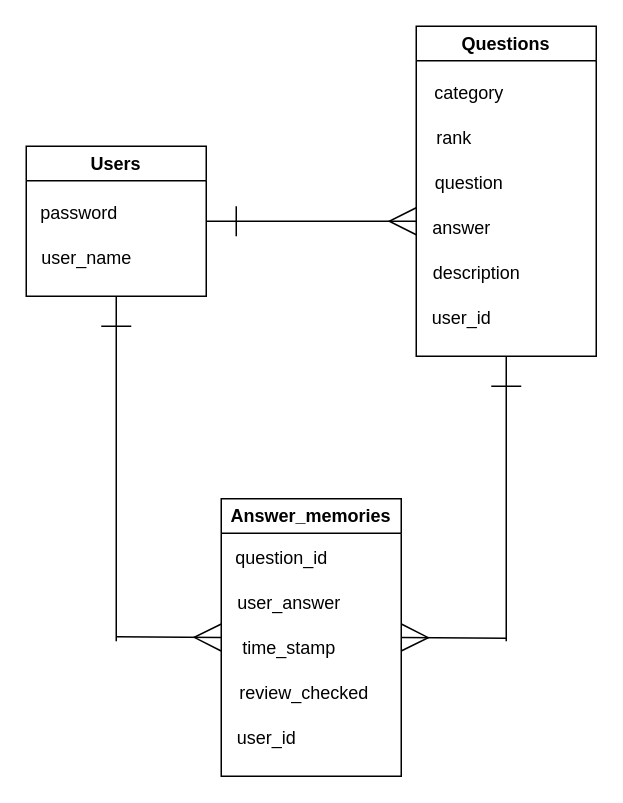
This is ER.dio from koki037/kihonjoho_apps, a draw.io file, before an edit. Source tidied: cells renumbered, new cells numbered last; positions are measured from the earlier drawing's top-left corner, leaving out a move shared by most shapes. Both pictures are drawn from the tidied source at 150%, with x=0, y=0 at pixel (26, 26).
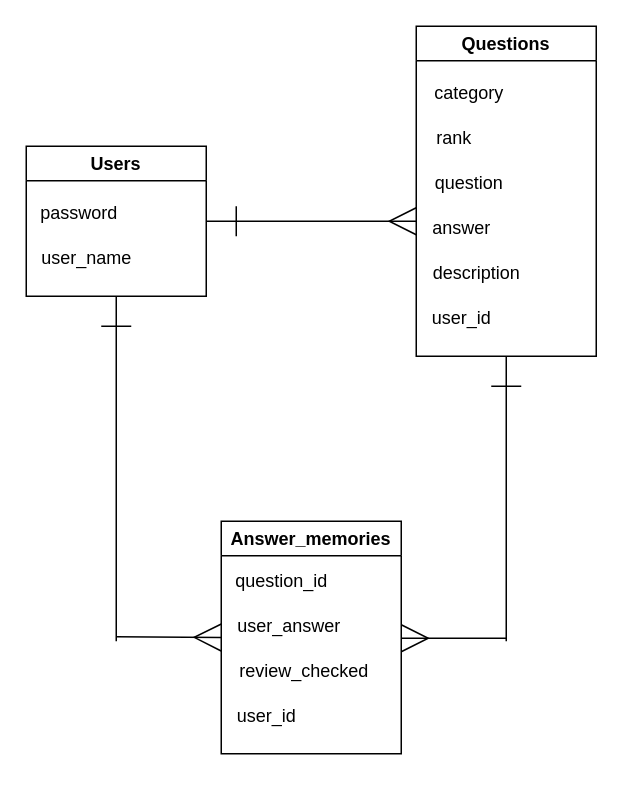
After the change.

Change to the diagram source:
```diff
@@
-    <mxCell id="16" style="edgeStyle=none;html=1;exitX=1;exitY=0.5;exitDx=0;exitDy=0;endArrow=none;endFill=0;startArrow=ERmany;startFill=0;startSize=16;" parent="1" edge="1" source="17">
+    <mxCell id="16" style="edgeStyle=none;html=1;endArrow=none;endFill=0;startArrow=ERmany;startFill=0;startSize=16;" parent="1" edge="1">
       <mxGeometry relative="1" as="geometry">
+        <mxPoint x="250" y="408" as="sourcePoint" />
         <mxPoint x="320" y="408" as="targetPoint" />
       </mxGeometry>
     </mxCell>
     <mxCell id="17" value="Answer_memories" style="swimlane;whiteSpace=wrap;html=1;" parent="1" vertex="1">
-      <mxGeometry x="130" y="315" width="120" height="185" as="geometry" />
+      <mxGeometry x="130" y="330" width="120" height="155" as="geometry" />
     </mxCell>
@@
-    <mxCell id="19" value="time_stamp" style="text;html=1;align=center;verticalAlign=middle;strokeColor=none;fillColor=none;" parent="17" vertex="1">
-      <mxGeometry y="85" width="90" height="30" as="geometry" />
-    </mxCell>
@@
     <mxCell id="21" value="review_checked" style="text;html=1;align=center;verticalAlign=middle;strokeColor=none;fillColor=none;" parent="17" vertex="1">
-      <mxGeometry y="115" width="110" height="30" as="geometry" />
+      <mxGeometry y="85" width="110" height="30" as="geometry" />
     </mxCell>
     <mxCell id="22" value="user_id" style="text;html=1;align=center;verticalAlign=middle;strokeColor=none;fillColor=none;" parent="17" vertex="1">
-      <mxGeometry y="145" width="60" height="30" as="geometry" />
+      <mxGeometry y="115" width="60" height="30" as="geometry" />
     </mxCell>
```
